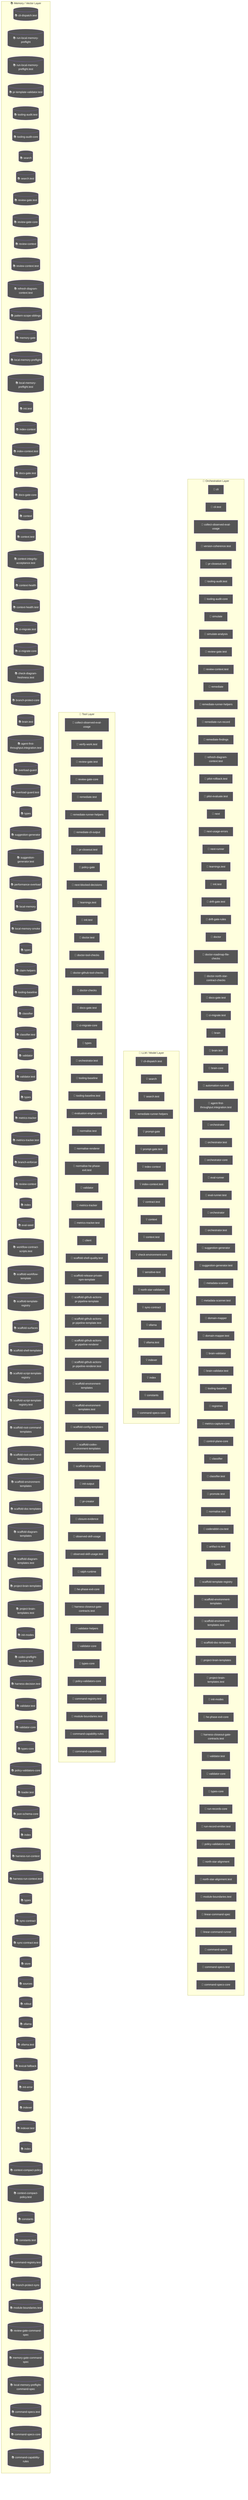
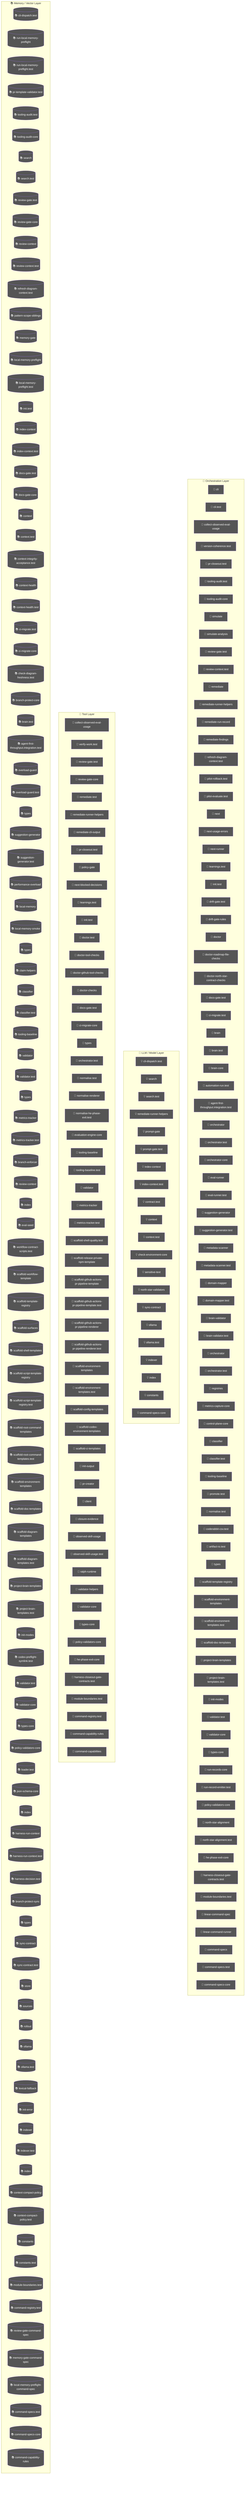
flowchart TD
  subgraph Orchestration["🎯 Orchestration Layer"]
    cli_99bb8840["🤖 cli"]
    cli_test_4851f28b["🤖 cli.test"]
    node_agent_mmd_orchestration_layer_orchestration_coll_37781291["🤖 collect-observed-eval-usage"]
    version_coherence_test_b81c6d8e["🤖 version-coherence.test"]
    pr_closeout_test_12a1ffdd["🤖 pr-closeout.test"]
    node_agent_mmd_orchestration_layer_orchestration_tool_5f9f8adf["🤖 tooling-audit.test"]
    node_agent_mmd_orchestration_layer_orchestration_tool_acfe0c01["🤖 tooling-audit-core"]
    simulate_b9efe395["🤖 simulate"]
    simulate_analysis_164a460c["🤖 simulate-analysis"]
    node_agent_mmd_orchestration_layer_orchestration_revi_ae9f100c["🤖 review-gate.test"]
    node_agent_mmd_orchestration_layer_orchestration_revi_84f25e5b["🤖 review-context.test"]
    remediate_06b9c7fc["🤖 remediate"]
    node_agent_mmd_orchestration_layer_orchestration_reme_359fe98f["🤖 remediate-runner-helpers"]
    remediate_run_record_9dfe5dc1["🤖 remediate-run-record"]
    remediate_findings_8b09c8c6["🤖 remediate-findings"]
    node_agent_mmd_orchestration_layer_orchestration_refr_10a87984["🤖 refresh-diagram-context.test"]
    pilot_rollback_test_e61d5a2b["🤖 pilot-rollback.test"]
    pilot_evaluate_test_a2ac06fc["🤖 pilot-evaluate.test"]
    next_c6c1c9a9["🤖 next"]
    next_usage_errors_837a345a["🤖 next-usage-errors"]
    next_runner_41643472["🤖 next-runner"]
    node_agent_mmd_orchestration_layer_orchestration_lear_5a2a5b08["🤖 learnings.test"]
    node_agent_mmd_orchestration_layer_orchestration_init_daf6ae1b["🤖 init.test"]
    drift_gate_test_816765e3["🤖 drift-gate.test"]
    drift_gate_rules_9685e72d["🤖 drift-gate-rules"]
    doctor_72f4be89["🤖 doctor"]
    doctor_roadmap_file_checks_14447b8e["🤖 doctor-roadmap-file-checks"]
    doctor_north_star_contract_checks_0048124c["🤖 doctor-north-star-contract-checks"]
    node_agent_mmd_orchestration_layer_orchestration_docs_22c7ae60["🤖 docs-gate.test"]
    node_agent_mmd_orchestration_layer_orchestration_ci_m_a6704d8b["🤖 ci-migrate.test"]
    brain_bbbf7a64["🤖 brain"]
    node_agent_mmd_orchestration_layer_orchestration_brai_9c019b6e["🤖 brain.test"]
    brain_core_aa07c380["🤖 brain-core"]
    automation_run_test_7b21d905["🤖 automation-run.test"]
    node_agent_mmd_orchestration_layer_orchestration_agen_eb715f44["🤖 agent-first-throughput.integration.test"]
    orchestrator_11376b7e["🤖 orchestrator"]
    orchestrator_test_18d2fe26["🤖 orchestrator.test"]
    orchestrator_core_d0678b53["🤖 orchestrator-core"]
    eval_runner_0966a6b3["🤖 eval-runner"]
    eval_runner_test_962c8c18["🤖 eval-runner.test"]
-     orchestrator_1_6b7137c5["🤖 orchestrator"]
-     node_agent_mmd_orchestration_layer_orchestration_orch_af4e7416["🤖 orchestrator.test"]
    node_agent_mmd_orchestration_layer_orchestration_sugg_85c5ebe3["🤖 suggestion-generator"]
    node_agent_mmd_orchestration_layer_orchestration_sugg_d0ad9d8e["🤖 suggestion-generator.test"]
    metadata_scanner_6a101b66["🤖 metadata-scanner"]
    metadata_scanner_test_faee743d["🤖 metadata-scanner.test"]
    domain_mapper_cd9333d2["🤖 domain-mapper"]
    domain_mapper_test_dc5a9896["🤖 domain-mapper.test"]
    brain_validator_be251832["🤖 brain-validator"]
    brain_validator_test_5e40cb72["🤖 brain-validator.test"]
-     node_agent_mmd_orchestration_layer_orchestration_tool_cc43149f["🤖 tooling-baseline"]
+     orchestrator_1_6b7137c5["🤖 orchestrator"]
+     node_agent_mmd_orchestration_layer_orchestration_orch_af4e7416["🤖 orchestrator.test"]
    registries_06402afa["🤖 registries"]
    metrics_capture_core_db4bf7cf["🤖 metrics-capture-core"]
    control_plane_core_db3b4cb2["🤖 control-plane-core"]
    node_agent_mmd_orchestration_layer_orchestration_clas_899b821a["🤖 classifier"]
    node_agent_mmd_orchestration_layer_orchestration_clas_402e0b3f["🤖 classifier.test"]
+     node_agent_mmd_orchestration_layer_orchestration_tool_cc43149f["🤖 tooling-baseline"]
    promote_test_5c615269["🤖 promote.test"]
    normalise_test_1_6643dd83["🤖 normalise.test"]
    coderabbit_csv_test_1f36d0a4["🤖 coderabbit-csv.test"]
    artifact_io_test_aac02da3["🤖 artifact-io.test"]
    types_14_fe7507be["🤖 types"]
    node_agent_mmd_orchestration_layer_orchestration_scaf_ff8f92f6["🤖 scaffold-template-registry"]
    node_agent_mmd_orchestration_layer_orchestration_scaf_c9a90c2f["🤖 scaffold-environment-templates"]
    node_agent_mmd_orchestration_layer_orchestration_scaf_78d57a93["🤖 scaffold-environment-templates.test"]
    node_agent_mmd_orchestration_layer_orchestration_scaf_12cc07db["🤖 scaffold-doc-templates"]
    node_agent_mmd_orchestration_layer_orchestration_proj_6ab6f60f["🤖 project-brain-templates"]
    node_agent_mmd_orchestration_layer_orchestration_proj_d78b2f4f["🤖 project-brain-templates.test"]
    node_agent_mmd_orchestration_layer_orchestration_init_2a9c3ecb["🤖 init-modes"]
-     node_agent_mmd_orchestration_layer_orchestration_he_p_fc778c24["🤖 he-phase-exit-core"]
-     node_agent_mmd_orchestration_layer_orchestration_harn_7761fad1["🤖 harness-closeout-gate-contracts.test"]
    node_agent_mmd_orchestration_layer_orchestration_vali_a3b17e45["🤖 validator.test"]
    node_agent_mmd_orchestration_layer_orchestration_vali_d9fe99e6["🤖 validator-core"]
    node_agent_mmd_orchestration_layer_orchestration_type_7cf81261["🤖 types-core"]
    run_records_core_89286dfa["🤖 run-records-core"]
    run_record_emitter_test_5475c0da["🤖 run-record-emitter.test"]
    node_agent_mmd_orchestration_layer_orchestration_poli_3270b55d["🤖 policy-validators-core"]
    north_star_alignment_00440188["🤖 north-star-alignment"]
    north_star_alignment_test_3ae1d69b["🤖 north-star-alignment.test"]
+     node_agent_mmd_orchestration_layer_orchestration_he_p_fc778c24["🤖 he-phase-exit-core"]
+     node_agent_mmd_orchestration_layer_orchestration_harn_7761fad1["🤖 harness-closeout-gate-contracts.test"]
    node_agent_mmd_orchestration_layer_orchestration_modu_72373e29["🤖 module-boundaries.test"]
    linear_command_spec_1e12dd44["🤖 linear-command-spec"]
    linear_command_runner_4a740dfc["🤖 linear-command-runner"]
    command_specs_69167c63["🤖 command-specs"]
    node_agent_mmd_orchestration_layer_orchestration_comm_a137ef0a["🤖 command-specs.test"]
    node_agent_mmd_orchestration_layer_orchestration_comm_1f8cc24c["🤖 command-specs-core"]
  end
  subgraph LLMLayer["🧠 LLM / Model Layer"]
    node_agent_mmd_llm_model_layer_llmlayer_cli_dispatch__7ecbc6e7["💡 cli-dispatch.test"]
    node_agent_mmd_llm_model_layer_llmlayer_search_search_66b9a911["💡 search"]
    node_agent_mmd_llm_model_layer_llmlayer_search_test_s_72d50705["💡 search.test"]
    node_agent_mmd_llm_model_layer_llmlayer_remediate_run_9e3d4585["💡 remediate-runner-helpers"]
    prompt_gate_c5e9d207["💡 prompt-gate"]
    prompt_gate_test_1a442b27["💡 prompt-gate.test"]
    node_agent_mmd_llm_model_layer_llmlayer_index_context_1041bd11["💡 index-context"]
    node_agent_mmd_llm_model_layer_llmlayer_index_context_7e927b45["💡 index-context.test"]
    contract_test_2262847f["💡 contract.test"]
    node_agent_mmd_llm_model_layer_llmlayer_context_conte_ad2dfbd9["💡 context"]
    node_agent_mmd_llm_model_layer_llmlayer_context_test__32277db3["💡 context.test"]
    check_environment_core_2c16213f["💡 check-environment-core"]
    sensitive_text_7c11f760["💡 sensitive-text"]
    north_star_validators_cfc926ce["💡 north-star-validators"]
    node_agent_mmd_llm_model_layer_llmlayer_sync_contract_9f3cc8c1["💡 sync-contract"]
    node_agent_mmd_llm_model_layer_llmlayer_ollama_ollama_968b23fa["💡 ollama"]
    node_agent_mmd_llm_model_layer_llmlayer_ollama_test_o_d62a0b5a["💡 ollama.test"]
    node_agent_mmd_llm_model_layer_llmlayer_indexer_index_4f4deef5["💡 indexer"]
    node_agent_mmd_llm_model_layer_llmlayer_index_index_1_02e160ff["💡 index"]
    node_agent_mmd_llm_model_layer_llmlayer_constants_con_c9bd3f6c["💡 constants"]
    node_agent_mmd_llm_model_layer_llmlayer_command_specs_782af9fa["💡 command-specs-core"]
  end
  subgraph ToolLayer["🔧 Tool Layer"]
    node_agent_mmd_tool_layer_toollayer_collect_observed__f30f627d["🔧 collect-observed-eval-usage"]
    verify_work_test_0e12f6c5["🔧 verify-work.test"]
    node_agent_mmd_tool_layer_toollayer_review_gate_test__548e6c28["🔧 review-gate.test"]
    node_agent_mmd_tool_layer_toollayer_review_gate_core__7704598b["🔧 review-gate-core"]
    remediate_test_6f59cafe["🔧 remediate.test"]
    node_agent_mmd_tool_layer_toollayer_remediate_runner__c003b871["🔧 remediate-runner-helpers"]
    remediate_cli_output_cc165396["🔧 remediate-cli-output"]
    pr_closeout_test_1_be1a0df1["🔧 pr-closeout.test"]
    policy_gate_213f7313["🔧 policy-gate"]
    next_blocked_decisions_4140ad2b["🔧 next-blocked-decisions"]
    node_agent_mmd_tool_layer_toollayer_learnings_test_le_d61f175f["🔧 learnings.test"]
    node_agent_mmd_tool_layer_toollayer_init_test_init_te_ae014ee3["🔧 init.test"]
    doctor_test_e032e8b5["🔧 doctor.test"]
    doctor_tool_checks_4acac51a["🔧 doctor-tool-checks"]
    doctor_github_tool_checks_a53b0382["🔧 doctor-github-tool-checks"]
    doctor_checks_5a2eb2b9["🔧 doctor-checks"]
    node_agent_mmd_tool_layer_toollayer_docs_gate_test_do_ca0c4c21["🔧 docs-gate.test"]
    node_agent_mmd_tool_layer_toollayer_ci_migrate_core_c_049f8460["🔧 ci-migrate-core"]
-     types_1_4ecdf56e["🔧 types"]
+     types_4_822d0f88["🔧 types"]
    node_agent_mmd_tool_layer_toollayer_orchestrator_test_b563c528["🔧 orchestrator.test"]
-     node_agent_mmd_tool_layer_toollayer_tooling_baseline__61e66e9f["🔧 tooling-baseline"]
-     tooling_baseline_test_d272ddb6["🔧 tooling-baseline.test"]
-     evaluation_engine_core_e054fe49["🔧 evaluation-engine-core"]
    normalise_test_73e8a615["🔧 normalise.test"]
    normalise_renderer_85f2e563["🔧 normalise-renderer"]
    normalise_he_phase_exit_test_1788efc4["🔧 normalise-he-phase-exit.test"]
+     evaluation_engine_core_e054fe49["🔧 evaluation-engine-core"]
+     node_agent_mmd_tool_layer_toollayer_tooling_baseline__61e66e9f["🔧 tooling-baseline"]
+     tooling_baseline_test_d272ddb6["🔧 tooling-baseline.test"]
    node_agent_mmd_tool_layer_toollayer_validator_validat_96a84a52["🔧 validator"]
    node_agent_mmd_tool_layer_toollayer_metrics_tracker_m_4c9237d8["🔧 metrics-tracker"]
    node_agent_mmd_tool_layer_toollayer_metrics_tracker_t_8947b778["🔧 metrics-tracker.test"]
-     client_1_914e1681["🔧 client"]
    scaffold_shell_quality_test_79567d03["🔧 scaffold-shell-quality.test"]
    scaffold_release_private_npm_template_075499f8["🔧 scaffold-release-private-npm-template"]
    scaffold_github_actions_pr_pipeline_template_e2b85f62["🔧 scaffold-github-actions-pr-pipeline-template"]
    scaffold_github_actions_pr_pipeline_template_test_be464a7b["🔧 scaffold-github-actions-pr-pipeline-template.test"]
    scaffold_github_actions_pr_pipeline_renderer_1ee18de5["🔧 scaffold-github-actions-pr-pipeline-renderer"]
    scaffold_github_actions_pr_pipeline_renderer_test_2cc38272["🔧 scaffold-github-actions-pr-pipeline-renderer.test"]
    node_agent_mmd_tool_layer_toollayer_scaffold_environm_c1afc013["🔧 scaffold-environment-templates"]
    node_agent_mmd_tool_layer_toollayer_scaffold_environm_1a8f8168["🔧 scaffold-environment-templates.test"]
    scaffold_config_templates_4b80ce53["🔧 scaffold-config-templates"]
    scaffold_codex_environment_templates_334fbbed["🔧 scaffold-codex-environment-templates"]
    scaffold_ci_templates_2afd6392["🔧 scaffold-ci-templates"]
    init_output_360dce91["🔧 init-output"]
    pr_creator_dc6b1ea4["🔧 pr-creator"]
+     client_948fe603["🔧 client"]
    closure_evidence_aaa31467["🔧 closure-evidence"]
    observed_skill_usage_ed7d5930["🔧 observed-skill-usage"]
    observed_skill_usage_test_311c215a["🔧 observed-skill-usage.test"]
    ralph_runtime_73d63c0e["🔧 ralph-runtime"]
-     node_agent_mmd_tool_layer_toollayer_he_phase_exit_cor_af016160["🔧 he-phase-exit-core"]
-     node_agent_mmd_tool_layer_toollayer_harness_closeout__df9d1dab["🔧 harness-closeout-gate-contracts.test"]
    validator_helpers_7b927667["🔧 validator-helpers"]
    node_agent_mmd_tool_layer_toollayer_validator_core_va_6ef6131f["🔧 validator-core"]
    node_agent_mmd_tool_layer_toollayer_types_core_types__6c8319b6["🔧 types-core"]
    node_agent_mmd_tool_layer_toollayer_policy_validators_af136abf["🔧 policy-validators-core"]
+     node_agent_mmd_tool_layer_toollayer_he_phase_exit_cor_af016160["🔧 he-phase-exit-core"]
+     node_agent_mmd_tool_layer_toollayer_harness_closeout__df9d1dab["🔧 harness-closeout-gate-contracts.test"]
+     node_agent_mmd_tool_layer_toollayer_module_boundaries_fecf90b5["🔧 module-boundaries.test"]
    node_agent_mmd_tool_layer_toollayer_command_registry__cce57abe["🔧 command-registry.test"]
-     node_agent_mmd_tool_layer_toollayer_module_boundaries_fecf90b5["🔧 module-boundaries.test"]
    node_agent_mmd_tool_layer_toollayer_command_capabilit_e97a4615["🔧 command-capability-rules"]
    command_capabilities_a4d5c71e["🔧 command-capabilities"]
  end
  subgraph MemoryLayer["📚 Memory / Vector Layer"]
    node_agent_mmd_memory_vector_layer_memorylayer_cli_di_c121353b[("📚 cli-dispatch.test")]
    run_local_memory_preflight_36e92808[("📚 run-local-memory-preflight")]
    run_local_memory_preflight_test_1d7c5aa0[("📚 run-local-memory-preflight.test")]
    pr_template_validator_test_569b1cef[("📚 pr-template-validator.test")]
    node_agent_mmd_memory_vector_layer_memorylayer_toolin_48be0fc9[("📚 tooling-audit.test")]
    node_agent_mmd_memory_vector_layer_memorylayer_toolin_a1185b8f[("📚 tooling-audit-core")]
    node_agent_mmd_memory_vector_layer_memorylayer_search_ac35cb7e[("📚 search")]
    node_agent_mmd_memory_vector_layer_memorylayer_search_ebbe6c53[("📚 search.test")]
    node_agent_mmd_memory_vector_layer_memorylayer_review_e0e0b257[("📚 review-gate.test")]
    node_agent_mmd_memory_vector_layer_memorylayer_review_5bee9816[("📚 review-gate-core")]
    review_context_ca6cf81d[("📚 review-context")]
    node_agent_mmd_memory_vector_layer_memorylayer_review_3255d3cf[("📚 review-context.test")]
    node_agent_mmd_memory_vector_layer_memorylayer_refres_b1a0f415[("📚 refresh-diagram-context.test")]
    pattern_scope_siblings_43abe000[("📚 pattern-scope-siblings")]
    memory_gate_a577a506[("📚 memory-gate")]
    local_memory_preflight_dcc36c42[("📚 local-memory-preflight")]
    local_memory_preflight_test_5e323bbf[("📚 local-memory-preflight.test")]
    node_agent_mmd_memory_vector_layer_memorylayer_init_t_bac0fb9d[("📚 init.test")]
    node_agent_mmd_memory_vector_layer_memorylayer_index__6f3402d0[("📚 index-context")]
    node_agent_mmd_memory_vector_layer_memorylayer_index__46fc46d7[("📚 index-context.test")]
    node_agent_mmd_memory_vector_layer_memorylayer_docs_g_2ab7a620[("📚 docs-gate.test")]
    docs_gate_core_eb9b6c18[("📚 docs-gate-core")]
    node_agent_mmd_memory_vector_layer_memorylayer_contex_78ceaaa9[("📚 context")]
    node_agent_mmd_memory_vector_layer_memorylayer_contex_4e7cab00[("📚 context.test")]
    context_integrity_acceptance_test_59f961b1[("📚 context-integrity-acceptance.test")]
    context_health_80bb7da9[("📚 context-health")]
    context_health_test_3b5b87f3[("📚 context-health.test")]
    node_agent_mmd_memory_vector_layer_memorylayer_ci_mig_df76706f[("📚 ci-migrate.test")]
    node_agent_mmd_memory_vector_layer_memorylayer_ci_mig_0cd5b1a4[("📚 ci-migrate-core")]
    check_diagram_freshness_test_c1dc40aa[("📚 check-diagram-freshness.test")]
    branch_protect_core_a8feb0fd[("📚 branch-protect-core")]
    node_agent_mmd_memory_vector_layer_memorylayer_brain__80b5ea48[("📚 brain.test")]
    node_agent_mmd_memory_vector_layer_memorylayer_agent__6f084ab8[("📚 agent-first-throughput.integration.test")]
    overload_guard_2748c559[("📚 overload-guard")]
    overload_guard_test_6ece9f86[("📚 overload-guard.test")]
-     types_3_9675d69b[("📚 types")]
+     types_2_d9bc6e7a[("📚 types")]
    node_agent_mmd_memory_vector_layer_memorylayer_sugges_267f408d[("📚 suggestion-generator")]
    node_agent_mmd_memory_vector_layer_memorylayer_sugges_b043d150[("📚 suggestion-generator.test")]
    performance_overload_c685bfcf[("📚 performance-overload")]
    local_memory_0db17ecc[("📚 local-memory")]
    local_memory_smoke_1175abfc[("📚 local-memory-smoke")]
-     types_8_f6283648[("📚 types")]
+     types_7_2f1ed65e[("📚 types")]
    claim_helpers_20dc8387[("📚 claim-helpers")]
-     node_agent_mmd_memory_vector_layer_memorylayer_toolin_14f86b00[("📚 tooling-baseline")]
    node_agent_mmd_memory_vector_layer_memorylayer_classi_1ebbf5ff[("📚 classifier")]
    node_agent_mmd_memory_vector_layer_memorylayer_classi_58e617e7[("📚 classifier.test")]
+     node_agent_mmd_memory_vector_layer_memorylayer_toolin_14f86b00[("📚 tooling-baseline")]
    node_agent_mmd_memory_vector_layer_memorylayer_valida_1b167f63[("📚 validator")]
    validator_test_1_c5015ca0[("📚 validator.test")]
    types_12_2b09659a[("📚 types")]
    node_agent_mmd_memory_vector_layer_memorylayer_metric_12562178[("📚 metrics-tracker")]
    node_agent_mmd_memory_vector_layer_memorylayer_metric_74129788[("📚 metrics-tracker.test")]
    branch_enforcer_acb749cd[("📚 branch-enforcer")]
    review_context_1_e3afed15[("📚 review-context")]
    index_2_10143590[("📚 index")]
    eval_seed_5699fd3e[("📚 eval-seed")]
    workflow_contract_scripts_test_681e2e3c[("📚 workflow-contract-scripts.test")]
    scaffold_workflow_template_92310587[("📚 scaffold-workflow-template")]
    node_agent_mmd_memory_vector_layer_memorylayer_scaffo_a86eece1[("📚 scaffold-template-registry")]
    scaffold_surfaces_12d6494e[("📚 scaffold-surfaces")]
    scaffold_shell_templates_0ad0f915[("📚 scaffold-shell-templates")]
    scaffold_script_template_registry_69312d4e[("📚 scaffold-script-template-registry")]
    scaffold_script_template_registry_test_6a8ebefe[("📚 scaffold-script-template-registry.test")]
    scaffold_root_command_templates_404fed7f[("📚 scaffold-root-command-templates")]
    scaffold_root_command_templates_test_14596939[("📚 scaffold-root-command-templates.test")]
    node_agent_mmd_memory_vector_layer_memorylayer_scaffo_12b42341[("📚 scaffold-environment-templates")]
    node_agent_mmd_memory_vector_layer_memorylayer_scaffo_5fd73b94[("📚 scaffold-doc-templates")]
    scaffold_diagram_templates_dd88e83c[("📚 scaffold-diagram-templates")]
    scaffold_diagram_templates_test_f3774c28[("📚 scaffold-diagram-templates.test")]
    node_agent_mmd_memory_vector_layer_memorylayer_projec_3ae304d9[("📚 project-brain-templates")]
    node_agent_mmd_memory_vector_layer_memorylayer_projec_6048335b[("📚 project-brain-templates.test")]
    node_agent_mmd_memory_vector_layer_memorylayer_init_m_333d02c5[("📚 init-modes")]
    codex_preflight_symlink_test_037558db[("📚 codex-preflight-symlink.test")]
-     harness_decision_test_7e5a4fe5[("📚 harness-decision.test")]
    node_agent_mmd_memory_vector_layer_memorylayer_valida_caacfcdf[("📚 validator.test")]
    node_agent_mmd_memory_vector_layer_memorylayer_valida_41034356[("📚 validator-core")]
    node_agent_mmd_memory_vector_layer_memorylayer_types__83f369fa[("📚 types-core")]
    node_agent_mmd_memory_vector_layer_memorylayer_policy_1944de42[("📚 policy-validators-core")]
    loader_test_03424671[("📚 loader.test")]
    json_schema_core_96d7e328[("📚 json-schema-core")]
    index_5_522f772a[("📚 index")]
    harness_run_context_ac7c77a9[("📚 harness-run-context")]
    harness_run_context_test_c6937fed[("📚 harness-run-context.test")]
-     types_19_eb4ad5f0[("📚 types")]
+     harness_decision_test_7e5a4fe5[("📚 harness-decision.test")]
+     branch_protect_sync_570adb18[("📚 branch-protect-sync")]
+     types_20_071a0112[("📚 types")]
    node_agent_mmd_memory_vector_layer_memorylayer_sync_c_e43418bc[("📚 sync-contract")]
    sync_contract_test_5dc3165c[("📚 sync-contract.test")]
    store_824d80d7[("📚 store")]
    sources_1_e133d97d[("📚 sources")]
    rollout_a4fa034c[("📚 rollout")]
    node_agent_mmd_memory_vector_layer_memorylayer_ollama_6d51be16[("📚 ollama")]
    node_agent_mmd_memory_vector_layer_memorylayer_ollama_d800c0c4[("📚 ollama.test")]
    lexical_fallback_723e2b3e[("📚 lexical-fallback")]
    init_error_5c7dd49f[("📚 init-error")]
    node_agent_mmd_memory_vector_layer_memorylayer_indexe_93e6d86f[("📚 indexer")]
    indexer_test_d492f0aa[("📚 indexer.test")]
    node_agent_mmd_memory_vector_layer_memorylayer_index__752bc61e[("📚 index")]
    context_compact_policy_3dcaf95d[("📚 context-compact-policy")]
    context_compact_policy_test_da148267[("📚 context-compact-policy.test")]
    node_agent_mmd_memory_vector_layer_memorylayer_consta_702d3f46[("📚 constants")]
    constants_test_5492ae98[("📚 constants.test")]
+     node_agent_mmd_memory_vector_layer_memorylayer_module_9bfd18b1[("📚 module-boundaries.test")]
    node_agent_mmd_memory_vector_layer_memorylayer_comman_362247bb[("📚 command-registry.test")]
-     branch_protect_sync_570adb18[("📚 branch-protect-sync")]
-     node_agent_mmd_memory_vector_layer_memorylayer_module_9bfd18b1[("📚 module-boundaries.test")]
    review_gate_command_spec_3187376a[("📚 review-gate-command-spec")]
    memory_gate_command_spec_dc9001a9[("📚 memory-gate-command-spec")]
    local_memory_preflight_command_spec_9e23f3ce[("📚 local-memory-preflight-command-spec")]
    node_agent_mmd_memory_vector_layer_memorylayer_comman_d36d1650[("📚 command-specs.test")]
    node_agent_mmd_memory_vector_layer_memorylayer_comman_111eb454[("📚 command-specs-core")]
    node_agent_mmd_memory_vector_layer_memorylayer_comman_c72a5d05[("📚 command-capability-rules")]
  end
  classDef agentNode fill:#555,color:#fff
-   class cli_99bb8840,cli_test_4851f28b,node_agent_mmd_orchestration_layer_orchestration_coll_37781291,node_agent_mmd_tool_layer_toollayer_collect_observed__f30f627d,version_coherence_test_b81c6d8e,pr_closeout_test_12a1ffdd,node_agent_mmd_orchestration_layer_orchestration_tool_5f9f8adf,node_agent_mmd_memory_vector_layer_memorylayer_toolin_48be0fc9,node_agent_mmd_orchestration_layer_orchestration_tool_acfe0c01,node_agent_mmd_memory_vector_layer_memorylayer_toolin_a1185b8f,simulate_b9efe395,simulate_analysis_164a460c,node_agent_mmd_orchestration_layer_orchestration_revi_ae9f100c,node_agent_mmd_tool_layer_toollayer_review_gate_test__548e6c28,node_agent_mmd_memory_vector_layer_memorylayer_review_e0e0b257,node_agent_mmd_orchestration_layer_orchestration_revi_84f25e5b,node_agent_mmd_memory_vector_layer_memorylayer_review_3255d3cf,remediate_06b9c7fc,node_agent_mmd_orchestration_layer_orchestration_reme_359fe98f,node_agent_mmd_llm_model_layer_llmlayer_remediate_run_9e3d4585,node_agent_mmd_tool_layer_toollayer_remediate_runner__c003b871,remediate_run_record_9dfe5dc1,remediate_findings_8b09c8c6,node_agent_mmd_orchestration_layer_orchestration_refr_10a87984,node_agent_mmd_memory_vector_layer_memorylayer_refres_b1a0f415,pilot_rollback_test_e61d5a2b,pilot_evaluate_test_a2ac06fc,next_c6c1c9a9,next_usage_errors_837a345a,next_runner_41643472,node_agent_mmd_orchestration_layer_orchestration_lear_5a2a5b08,node_agent_mmd_tool_layer_toollayer_learnings_test_le_d61f175f,node_agent_mmd_orchestration_layer_orchestration_init_daf6ae1b,node_agent_mmd_tool_layer_toollayer_init_test_init_te_ae014ee3,node_agent_mmd_memory_vector_layer_memorylayer_init_t_bac0fb9d,drift_gate_test_816765e3,drift_gate_rules_9685e72d,doctor_72f4be89,doctor_roadmap_file_checks_14447b8e,doctor_north_star_contract_checks_0048124c,node_agent_mmd_orchestration_layer_orchestration_docs_22c7ae60,node_agent_mmd_tool_layer_toollayer_docs_gate_test_do_ca0c4c21,node_agent_mmd_memory_vector_layer_memorylayer_docs_g_2ab7a620,node_agent_mmd_orchestration_layer_orchestration_ci_m_a6704d8b,node_agent_mmd_memory_vector_layer_memorylayer_ci_mig_df76706f,brain_bbbf7a64,node_agent_mmd_orchestration_layer_orchestration_brai_9c019b6e,node_agent_mmd_memory_vector_layer_memorylayer_brain__80b5ea48,brain_core_aa07c380,automation_run_test_7b21d905,node_agent_mmd_orchestration_layer_orchestration_agen_eb715f44,node_agent_mmd_memory_vector_layer_memorylayer_agent__6f084ab8,orchestrator_11376b7e,orchestrator_test_18d2fe26,orchestrator_core_d0678b53,eval_runner_0966a6b3,eval_runner_test_962c8c18,orchestrator_1_6b7137c5,node_agent_mmd_orchestration_layer_orchestration_orch_af4e7416,node_agent_mmd_tool_layer_toollayer_orchestrator_test_b563c528,node_agent_mmd_orchestration_layer_orchestration_sugg_85c5ebe3,node_agent_mmd_memory_vector_layer_memorylayer_sugges_267f408d,node_agent_mmd_orchestration_layer_orchestration_sugg_d0ad9d8e,node_agent_mmd_memory_vector_layer_memorylayer_sugges_b043d150,metadata_scanner_6a101b66,metadata_scanner_test_faee743d,domain_mapper_cd9333d2,domain_mapper_test_dc5a9896,brain_validator_be251832,brain_validator_test_5e40cb72,node_agent_mmd_orchestration_layer_orchestration_tool_cc43149f,node_agent_mmd_tool_layer_toollayer_tooling_baseline__61e66e9f,node_agent_mmd_memory_vector_layer_memorylayer_toolin_14f86b00,registries_06402afa,metrics_capture_core_db4bf7cf,control_plane_core_db3b4cb2,node_agent_mmd_orchestration_layer_orchestration_clas_899b821a,node_agent_mmd_memory_vector_layer_memorylayer_classi_1ebbf5ff,node_agent_mmd_orchestration_layer_orchestration_clas_402e0b3f,node_agent_mmd_memory_vector_layer_memorylayer_classi_58e617e7,promote_test_5c615269,normalise_test_1_6643dd83,coderabbit_csv_test_1f36d0a4,artifact_io_test_aac02da3,types_14_fe7507be,node_agent_mmd_orchestration_layer_orchestration_scaf_ff8f92f6,node_agent_mmd_memory_vector_layer_memorylayer_scaffo_a86eece1,node_agent_mmd_orchestration_layer_orchestration_scaf_c9a90c2f,node_agent_mmd_tool_layer_toollayer_scaffold_environm_c1afc013,node_agent_mmd_memory_vector_layer_memorylayer_scaffo_12b42341,node_agent_mmd_orchestration_layer_orchestration_scaf_78d57a93,node_agent_mmd_tool_layer_toollayer_scaffold_environm_1a8f8168,node_agent_mmd_orchestration_layer_orchestration_scaf_12cc07db,node_agent_mmd_memory_vector_layer_memorylayer_scaffo_5fd73b94,node_agent_mmd_orchestration_layer_orchestration_proj_6ab6f60f,node_agent_mmd_memory_vector_layer_memorylayer_projec_3ae304d9,node_agent_mmd_orchestration_layer_orchestration_proj_d78b2f4f,node_agent_mmd_memory_vector_layer_memorylayer_projec_6048335b,node_agent_mmd_orchestration_layer_orchestration_init_2a9c3ecb,node_agent_mmd_memory_vector_layer_memorylayer_init_m_333d02c5,node_agent_mmd_orchestration_layer_orchestration_he_p_fc778c24,node_agent_mmd_tool_layer_toollayer_he_phase_exit_cor_af016160,node_agent_mmd_orchestration_layer_orchestration_harn_7761fad1,node_agent_mmd_tool_layer_toollayer_harness_closeout__df9d1dab,node_agent_mmd_orchestration_layer_orchestration_vali_a3b17e45,node_agent_mmd_memory_vector_layer_memorylayer_valida_caacfcdf,node_agent_mmd_orchestration_layer_orchestration_vali_d9fe99e6,node_agent_mmd_tool_layer_toollayer_validator_core_va_6ef6131f,node_agent_mmd_memory_vector_layer_memorylayer_valida_41034356,node_agent_mmd_orchestration_layer_orchestration_type_7cf81261,node_agent_mmd_tool_layer_toollayer_types_core_types__6c8319b6,node_agent_mmd_memory_vector_layer_memorylayer_types__83f369fa,run_records_core_89286dfa,run_record_emitter_test_5475c0da,node_agent_mmd_orchestration_layer_orchestration_poli_3270b55d,node_agent_mmd_tool_layer_toollayer_policy_validators_af136abf,node_agent_mmd_memory_vector_layer_memorylayer_policy_1944de42,north_star_alignment_00440188,north_star_alignment_test_3ae1d69b,node_agent_mmd_orchestration_layer_orchestration_modu_72373e29,node_agent_mmd_tool_layer_toollayer_module_boundaries_fecf90b5,node_agent_mmd_memory_vector_layer_memorylayer_module_9bfd18b1,linear_command_spec_1e12dd44,linear_command_runner_4a740dfc,command_specs_69167c63,node_agent_mmd_orchestration_layer_orchestration_comm_a137ef0a,node_agent_mmd_memory_vector_layer_memorylayer_comman_d36d1650,node_agent_mmd_orchestration_layer_orchestration_comm_1f8cc24c,node_agent_mmd_llm_model_layer_llmlayer_command_specs_782af9fa,node_agent_mmd_memory_vector_layer_memorylayer_comman_111eb454 agentNode
+   class cli_99bb8840,cli_test_4851f28b,node_agent_mmd_orchestration_layer_orchestration_coll_37781291,node_agent_mmd_tool_layer_toollayer_collect_observed__f30f627d,version_coherence_test_b81c6d8e,pr_closeout_test_12a1ffdd,node_agent_mmd_orchestration_layer_orchestration_tool_5f9f8adf,node_agent_mmd_memory_vector_layer_memorylayer_toolin_48be0fc9,node_agent_mmd_orchestration_layer_orchestration_tool_acfe0c01,node_agent_mmd_memory_vector_layer_memorylayer_toolin_a1185b8f,simulate_b9efe395,simulate_analysis_164a460c,node_agent_mmd_orchestration_layer_orchestration_revi_ae9f100c,node_agent_mmd_tool_layer_toollayer_review_gate_test__548e6c28,node_agent_mmd_memory_vector_layer_memorylayer_review_e0e0b257,node_agent_mmd_orchestration_layer_orchestration_revi_84f25e5b,node_agent_mmd_memory_vector_layer_memorylayer_review_3255d3cf,remediate_06b9c7fc,node_agent_mmd_orchestration_layer_orchestration_reme_359fe98f,node_agent_mmd_llm_model_layer_llmlayer_remediate_run_9e3d4585,node_agent_mmd_tool_layer_toollayer_remediate_runner__c003b871,remediate_run_record_9dfe5dc1,remediate_findings_8b09c8c6,node_agent_mmd_orchestration_layer_orchestration_refr_10a87984,node_agent_mmd_memory_vector_layer_memorylayer_refres_b1a0f415,pilot_rollback_test_e61d5a2b,pilot_evaluate_test_a2ac06fc,next_c6c1c9a9,next_usage_errors_837a345a,next_runner_41643472,node_agent_mmd_orchestration_layer_orchestration_lear_5a2a5b08,node_agent_mmd_tool_layer_toollayer_learnings_test_le_d61f175f,node_agent_mmd_orchestration_layer_orchestration_init_daf6ae1b,node_agent_mmd_tool_layer_toollayer_init_test_init_te_ae014ee3,node_agent_mmd_memory_vector_layer_memorylayer_init_t_bac0fb9d,drift_gate_test_816765e3,drift_gate_rules_9685e72d,doctor_72f4be89,doctor_roadmap_file_checks_14447b8e,doctor_north_star_contract_checks_0048124c,node_agent_mmd_orchestration_layer_orchestration_docs_22c7ae60,node_agent_mmd_tool_layer_toollayer_docs_gate_test_do_ca0c4c21,node_agent_mmd_memory_vector_layer_memorylayer_docs_g_2ab7a620,node_agent_mmd_orchestration_layer_orchestration_ci_m_a6704d8b,node_agent_mmd_memory_vector_layer_memorylayer_ci_mig_df76706f,brain_bbbf7a64,node_agent_mmd_orchestration_layer_orchestration_brai_9c019b6e,node_agent_mmd_memory_vector_layer_memorylayer_brain__80b5ea48,brain_core_aa07c380,automation_run_test_7b21d905,node_agent_mmd_orchestration_layer_orchestration_agen_eb715f44,node_agent_mmd_memory_vector_layer_memorylayer_agent__6f084ab8,orchestrator_11376b7e,orchestrator_test_18d2fe26,orchestrator_core_d0678b53,eval_runner_0966a6b3,eval_runner_test_962c8c18,node_agent_mmd_orchestration_layer_orchestration_sugg_85c5ebe3,node_agent_mmd_memory_vector_layer_memorylayer_sugges_267f408d,node_agent_mmd_orchestration_layer_orchestration_sugg_d0ad9d8e,node_agent_mmd_memory_vector_layer_memorylayer_sugges_b043d150,metadata_scanner_6a101b66,metadata_scanner_test_faee743d,domain_mapper_cd9333d2,domain_mapper_test_dc5a9896,brain_validator_be251832,brain_validator_test_5e40cb72,orchestrator_1_6b7137c5,node_agent_mmd_orchestration_layer_orchestration_orch_af4e7416,node_agent_mmd_tool_layer_toollayer_orchestrator_test_b563c528,registries_06402afa,metrics_capture_core_db4bf7cf,control_plane_core_db3b4cb2,node_agent_mmd_orchestration_layer_orchestration_clas_899b821a,node_agent_mmd_memory_vector_layer_memorylayer_classi_1ebbf5ff,node_agent_mmd_orchestration_layer_orchestration_clas_402e0b3f,node_agent_mmd_memory_vector_layer_memorylayer_classi_58e617e7,node_agent_mmd_orchestration_layer_orchestration_tool_cc43149f,node_agent_mmd_tool_layer_toollayer_tooling_baseline__61e66e9f,node_agent_mmd_memory_vector_layer_memorylayer_toolin_14f86b00,promote_test_5c615269,normalise_test_1_6643dd83,coderabbit_csv_test_1f36d0a4,artifact_io_test_aac02da3,types_14_fe7507be,node_agent_mmd_orchestration_layer_orchestration_scaf_ff8f92f6,node_agent_mmd_memory_vector_layer_memorylayer_scaffo_a86eece1,node_agent_mmd_orchestration_layer_orchestration_scaf_c9a90c2f,node_agent_mmd_tool_layer_toollayer_scaffold_environm_c1afc013,node_agent_mmd_memory_vector_layer_memorylayer_scaffo_12b42341,node_agent_mmd_orchestration_layer_orchestration_scaf_78d57a93,node_agent_mmd_tool_layer_toollayer_scaffold_environm_1a8f8168,node_agent_mmd_orchestration_layer_orchestration_scaf_12cc07db,node_agent_mmd_memory_vector_layer_memorylayer_scaffo_5fd73b94,node_agent_mmd_orchestration_layer_orchestration_proj_6ab6f60f,node_agent_mmd_memory_vector_layer_memorylayer_projec_3ae304d9,node_agent_mmd_orchestration_layer_orchestration_proj_d78b2f4f,node_agent_mmd_memory_vector_layer_memorylayer_projec_6048335b,node_agent_mmd_orchestration_layer_orchestration_init_2a9c3ecb,node_agent_mmd_memory_vector_layer_memorylayer_init_m_333d02c5,node_agent_mmd_orchestration_layer_orchestration_vali_a3b17e45,node_agent_mmd_memory_vector_layer_memorylayer_valida_caacfcdf,node_agent_mmd_orchestration_layer_orchestration_vali_d9fe99e6,node_agent_mmd_tool_layer_toollayer_validator_core_va_6ef6131f,node_agent_mmd_memory_vector_layer_memorylayer_valida_41034356,node_agent_mmd_orchestration_layer_orchestration_type_7cf81261,node_agent_mmd_tool_layer_toollayer_types_core_types__6c8319b6,node_agent_mmd_memory_vector_layer_memorylayer_types__83f369fa,run_records_core_89286dfa,run_record_emitter_test_5475c0da,node_agent_mmd_orchestration_layer_orchestration_poli_3270b55d,node_agent_mmd_tool_layer_toollayer_policy_validators_af136abf,node_agent_mmd_memory_vector_layer_memorylayer_policy_1944de42,north_star_alignment_00440188,north_star_alignment_test_3ae1d69b,node_agent_mmd_orchestration_layer_orchestration_he_p_fc778c24,node_agent_mmd_tool_layer_toollayer_he_phase_exit_cor_af016160,node_agent_mmd_orchestration_layer_orchestration_harn_7761fad1,node_agent_mmd_tool_layer_toollayer_harness_closeout__df9d1dab,node_agent_mmd_orchestration_layer_orchestration_modu_72373e29,node_agent_mmd_tool_layer_toollayer_module_boundaries_fecf90b5,node_agent_mmd_memory_vector_layer_memorylayer_module_9bfd18b1,linear_command_spec_1e12dd44,linear_command_runner_4a740dfc,command_specs_69167c63,node_agent_mmd_orchestration_layer_orchestration_comm_a137ef0a,node_agent_mmd_memory_vector_layer_memorylayer_comman_d36d1650,node_agent_mmd_orchestration_layer_orchestration_comm_1f8cc24c,node_agent_mmd_llm_model_layer_llmlayer_command_specs_782af9fa,node_agent_mmd_memory_vector_layer_memorylayer_comman_111eb454 agentNode
  classDef llmNode fill:#555,color:#fff
  class node_agent_mmd_llm_model_layer_llmlayer_cli_dispatch__7ecbc6e7,node_agent_mmd_memory_vector_layer_memorylayer_cli_di_c121353b,node_agent_mmd_llm_model_layer_llmlayer_search_search_66b9a911,node_agent_mmd_memory_vector_layer_memorylayer_search_ac35cb7e,node_agent_mmd_llm_model_layer_llmlayer_search_test_s_72d50705,node_agent_mmd_memory_vector_layer_memorylayer_search_ebbe6c53,node_agent_mmd_orchestration_layer_orchestration_reme_359fe98f,node_agent_mmd_llm_model_layer_llmlayer_remediate_run_9e3d4585,node_agent_mmd_tool_layer_toollayer_remediate_runner__c003b871,prompt_gate_c5e9d207,prompt_gate_test_1a442b27,node_agent_mmd_llm_model_layer_llmlayer_index_context_1041bd11,node_agent_mmd_memory_vector_layer_memorylayer_index__6f3402d0,node_agent_mmd_llm_model_layer_llmlayer_index_context_7e927b45,node_agent_mmd_memory_vector_layer_memorylayer_index__46fc46d7,contract_test_2262847f,node_agent_mmd_llm_model_layer_llmlayer_context_conte_ad2dfbd9,node_agent_mmd_memory_vector_layer_memorylayer_contex_78ceaaa9,node_agent_mmd_llm_model_layer_llmlayer_context_test__32277db3,node_agent_mmd_memory_vector_layer_memorylayer_contex_4e7cab00,check_environment_core_2c16213f,sensitive_text_7c11f760,north_star_validators_cfc926ce,node_agent_mmd_llm_model_layer_llmlayer_sync_contract_9f3cc8c1,node_agent_mmd_memory_vector_layer_memorylayer_sync_c_e43418bc,node_agent_mmd_llm_model_layer_llmlayer_ollama_ollama_968b23fa,node_agent_mmd_memory_vector_layer_memorylayer_ollama_6d51be16,node_agent_mmd_llm_model_layer_llmlayer_ollama_test_o_d62a0b5a,node_agent_mmd_memory_vector_layer_memorylayer_ollama_d800c0c4,node_agent_mmd_llm_model_layer_llmlayer_indexer_index_4f4deef5,node_agent_mmd_memory_vector_layer_memorylayer_indexe_93e6d86f,node_agent_mmd_llm_model_layer_llmlayer_index_index_1_02e160ff,node_agent_mmd_memory_vector_layer_memorylayer_index__752bc61e,node_agent_mmd_llm_model_layer_llmlayer_constants_con_c9bd3f6c,node_agent_mmd_memory_vector_layer_memorylayer_consta_702d3f46,node_agent_mmd_orchestration_layer_orchestration_comm_1f8cc24c,node_agent_mmd_llm_model_layer_llmlayer_command_specs_782af9fa,node_agent_mmd_memory_vector_layer_memorylayer_comman_111eb454 llmNode
  classDef toolNode fill:#555,color:#fff
-   class node_agent_mmd_orchestration_layer_orchestration_coll_37781291,node_agent_mmd_tool_layer_toollayer_collect_observed__f30f627d,verify_work_test_0e12f6c5,node_agent_mmd_orchestration_layer_orchestration_revi_ae9f100c,node_agent_mmd_tool_layer_toollayer_review_gate_test__548e6c28,node_agent_mmd_memory_vector_layer_memorylayer_review_e0e0b257,node_agent_mmd_tool_layer_toollayer_review_gate_core__7704598b,node_agent_mmd_memory_vector_layer_memorylayer_review_5bee9816,remediate_test_6f59cafe,node_agent_mmd_orchestration_layer_orchestration_reme_359fe98f,node_agent_mmd_llm_model_layer_llmlayer_remediate_run_9e3d4585,node_agent_mmd_tool_layer_toollayer_remediate_runner__c003b871,remediate_cli_output_cc165396,pr_closeout_test_1_be1a0df1,policy_gate_213f7313,next_blocked_decisions_4140ad2b,node_agent_mmd_orchestration_layer_orchestration_lear_5a2a5b08,node_agent_mmd_tool_layer_toollayer_learnings_test_le_d61f175f,node_agent_mmd_orchestration_layer_orchestration_init_daf6ae1b,node_agent_mmd_tool_layer_toollayer_init_test_init_te_ae014ee3,node_agent_mmd_memory_vector_layer_memorylayer_init_t_bac0fb9d,doctor_test_e032e8b5,doctor_tool_checks_4acac51a,doctor_github_tool_checks_a53b0382,doctor_checks_5a2eb2b9,node_agent_mmd_orchestration_layer_orchestration_docs_22c7ae60,node_agent_mmd_tool_layer_toollayer_docs_gate_test_do_ca0c4c21,node_agent_mmd_memory_vector_layer_memorylayer_docs_g_2ab7a620,node_agent_mmd_tool_layer_toollayer_ci_migrate_core_c_049f8460,node_agent_mmd_memory_vector_layer_memorylayer_ci_mig_0cd5b1a4,types_1_4ecdf56e,node_agent_mmd_orchestration_layer_orchestration_orch_af4e7416,node_agent_mmd_tool_layer_toollayer_orchestrator_test_b563c528,node_agent_mmd_orchestration_layer_orchestration_tool_cc43149f,node_agent_mmd_tool_layer_toollayer_tooling_baseline__61e66e9f,node_agent_mmd_memory_vector_layer_memorylayer_toolin_14f86b00,tooling_baseline_test_d272ddb6,evaluation_engine_core_e054fe49,normalise_test_73e8a615,normalise_renderer_85f2e563,normalise_he_phase_exit_test_1788efc4,node_agent_mmd_tool_layer_toollayer_validator_validat_96a84a52,node_agent_mmd_memory_vector_layer_memorylayer_valida_1b167f63,node_agent_mmd_tool_layer_toollayer_metrics_tracker_m_4c9237d8,node_agent_mmd_memory_vector_layer_memorylayer_metric_12562178,node_agent_mmd_tool_layer_toollayer_metrics_tracker_t_8947b778,node_agent_mmd_memory_vector_layer_memorylayer_metric_74129788,client_1_914e1681,scaffold_shell_quality_test_79567d03,scaffold_release_private_npm_template_075499f8,scaffold_github_actions_pr_pipeline_template_e2b85f62,scaffold_github_actions_pr_pipeline_template_test_be464a7b,scaffold_github_actions_pr_pipeline_renderer_1ee18de5,scaffold_github_actions_pr_pipeline_renderer_test_2cc38272,node_agent_mmd_orchestration_layer_orchestration_scaf_c9a90c2f,node_agent_mmd_tool_layer_toollayer_scaffold_environm_c1afc013,node_agent_mmd_memory_vector_layer_memorylayer_scaffo_12b42341,node_agent_mmd_orchestration_layer_orchestration_scaf_78d57a93,node_agent_mmd_tool_layer_toollayer_scaffold_environm_1a8f8168,scaffold_config_templates_4b80ce53,scaffold_codex_environment_templates_334fbbed,scaffold_ci_templates_2afd6392,init_output_360dce91,pr_creator_dc6b1ea4,closure_evidence_aaa31467,observed_skill_usage_ed7d5930,observed_skill_usage_test_311c215a,ralph_runtime_73d63c0e,node_agent_mmd_orchestration_layer_orchestration_he_p_fc778c24,node_agent_mmd_tool_layer_toollayer_he_phase_exit_cor_af016160,node_agent_mmd_orchestration_layer_orchestration_harn_7761fad1,node_agent_mmd_tool_layer_toollayer_harness_closeout__df9d1dab,validator_helpers_7b927667,node_agent_mmd_orchestration_layer_orchestration_vali_d9fe99e6,node_agent_mmd_tool_layer_toollayer_validator_core_va_6ef6131f,node_agent_mmd_memory_vector_layer_memorylayer_valida_41034356,node_agent_mmd_orchestration_layer_orchestration_type_7cf81261,node_agent_mmd_tool_layer_toollayer_types_core_types__6c8319b6,node_agent_mmd_memory_vector_layer_memorylayer_types__83f369fa,node_agent_mmd_orchestration_layer_orchestration_poli_3270b55d,node_agent_mmd_tool_layer_toollayer_policy_validators_af136abf,node_agent_mmd_memory_vector_layer_memorylayer_policy_1944de42,node_agent_mmd_tool_layer_toollayer_command_registry__cce57abe,node_agent_mmd_memory_vector_layer_memorylayer_comman_362247bb,node_agent_mmd_orchestration_layer_orchestration_modu_72373e29,node_agent_mmd_tool_layer_toollayer_module_boundaries_fecf90b5,node_agent_mmd_memory_vector_layer_memorylayer_module_9bfd18b1,node_agent_mmd_tool_layer_toollayer_command_capabilit_e97a4615,node_agent_mmd_memory_vector_layer_memorylayer_comman_c72a5d05,command_capabilities_a4d5c71e toolNode
+   class node_agent_mmd_orchestration_layer_orchestration_coll_37781291,node_agent_mmd_tool_layer_toollayer_collect_observed__f30f627d,verify_work_test_0e12f6c5,node_agent_mmd_orchestration_layer_orchestration_revi_ae9f100c,node_agent_mmd_tool_layer_toollayer_review_gate_test__548e6c28,node_agent_mmd_memory_vector_layer_memorylayer_review_e0e0b257,node_agent_mmd_tool_layer_toollayer_review_gate_core__7704598b,node_agent_mmd_memory_vector_layer_memorylayer_review_5bee9816,remediate_test_6f59cafe,node_agent_mmd_orchestration_layer_orchestration_reme_359fe98f,node_agent_mmd_llm_model_layer_llmlayer_remediate_run_9e3d4585,node_agent_mmd_tool_layer_toollayer_remediate_runner__c003b871,remediate_cli_output_cc165396,pr_closeout_test_1_be1a0df1,policy_gate_213f7313,next_blocked_decisions_4140ad2b,node_agent_mmd_orchestration_layer_orchestration_lear_5a2a5b08,node_agent_mmd_tool_layer_toollayer_learnings_test_le_d61f175f,node_agent_mmd_orchestration_layer_orchestration_init_daf6ae1b,node_agent_mmd_tool_layer_toollayer_init_test_init_te_ae014ee3,node_agent_mmd_memory_vector_layer_memorylayer_init_t_bac0fb9d,doctor_test_e032e8b5,doctor_tool_checks_4acac51a,doctor_github_tool_checks_a53b0382,doctor_checks_5a2eb2b9,node_agent_mmd_orchestration_layer_orchestration_docs_22c7ae60,node_agent_mmd_tool_layer_toollayer_docs_gate_test_do_ca0c4c21,node_agent_mmd_memory_vector_layer_memorylayer_docs_g_2ab7a620,node_agent_mmd_tool_layer_toollayer_ci_migrate_core_c_049f8460,node_agent_mmd_memory_vector_layer_memorylayer_ci_mig_0cd5b1a4,types_4_822d0f88,node_agent_mmd_orchestration_layer_orchestration_orch_af4e7416,node_agent_mmd_tool_layer_toollayer_orchestrator_test_b563c528,normalise_test_73e8a615,normalise_renderer_85f2e563,normalise_he_phase_exit_test_1788efc4,evaluation_engine_core_e054fe49,node_agent_mmd_orchestration_layer_orchestration_tool_cc43149f,node_agent_mmd_tool_layer_toollayer_tooling_baseline__61e66e9f,node_agent_mmd_memory_vector_layer_memorylayer_toolin_14f86b00,tooling_baseline_test_d272ddb6,node_agent_mmd_tool_layer_toollayer_validator_validat_96a84a52,node_agent_mmd_memory_vector_layer_memorylayer_valida_1b167f63,node_agent_mmd_tool_layer_toollayer_metrics_tracker_m_4c9237d8,node_agent_mmd_memory_vector_layer_memorylayer_metric_12562178,node_agent_mmd_tool_layer_toollayer_metrics_tracker_t_8947b778,node_agent_mmd_memory_vector_layer_memorylayer_metric_74129788,scaffold_shell_quality_test_79567d03,scaffold_release_private_npm_template_075499f8,scaffold_github_actions_pr_pipeline_template_e2b85f62,scaffold_github_actions_pr_pipeline_template_test_be464a7b,scaffold_github_actions_pr_pipeline_renderer_1ee18de5,scaffold_github_actions_pr_pipeline_renderer_test_2cc38272,node_agent_mmd_orchestration_layer_orchestration_scaf_c9a90c2f,node_agent_mmd_tool_layer_toollayer_scaffold_environm_c1afc013,node_agent_mmd_memory_vector_layer_memorylayer_scaffo_12b42341,node_agent_mmd_orchestration_layer_orchestration_scaf_78d57a93,node_agent_mmd_tool_layer_toollayer_scaffold_environm_1a8f8168,scaffold_config_templates_4b80ce53,scaffold_codex_environment_templates_334fbbed,scaffold_ci_templates_2afd6392,init_output_360dce91,pr_creator_dc6b1ea4,client_948fe603,closure_evidence_aaa31467,observed_skill_usage_ed7d5930,observed_skill_usage_test_311c215a,ralph_runtime_73d63c0e,validator_helpers_7b927667,node_agent_mmd_orchestration_layer_orchestration_vali_d9fe99e6,node_agent_mmd_tool_layer_toollayer_validator_core_va_6ef6131f,node_agent_mmd_memory_vector_layer_memorylayer_valida_41034356,node_agent_mmd_orchestration_layer_orchestration_type_7cf81261,node_agent_mmd_tool_layer_toollayer_types_core_types__6c8319b6,node_agent_mmd_memory_vector_layer_memorylayer_types__83f369fa,node_agent_mmd_orchestration_layer_orchestration_poli_3270b55d,node_agent_mmd_tool_layer_toollayer_policy_validators_af136abf,node_agent_mmd_memory_vector_layer_memorylayer_policy_1944de42,node_agent_mmd_orchestration_layer_orchestration_he_p_fc778c24,node_agent_mmd_tool_layer_toollayer_he_phase_exit_cor_af016160,node_agent_mmd_orchestration_layer_orchestration_harn_7761fad1,node_agent_mmd_tool_layer_toollayer_harness_closeout__df9d1dab,node_agent_mmd_orchestration_layer_orchestration_modu_72373e29,node_agent_mmd_tool_layer_toollayer_module_boundaries_fecf90b5,node_agent_mmd_memory_vector_layer_memorylayer_module_9bfd18b1,node_agent_mmd_tool_layer_toollayer_command_registry__cce57abe,node_agent_mmd_memory_vector_layer_memorylayer_comman_362247bb,node_agent_mmd_tool_layer_toollayer_command_capabilit_e97a4615,node_agent_mmd_memory_vector_layer_memorylayer_comman_c72a5d05,command_capabilities_a4d5c71e toolNode
  classDef memNode fill:#555,color:#fff
-   class node_agent_mmd_llm_model_layer_llmlayer_cli_dispatch__7ecbc6e7,node_agent_mmd_memory_vector_layer_memorylayer_cli_di_c121353b,run_local_memory_preflight_36e92808,run_local_memory_preflight_test_1d7c5aa0,pr_template_validator_test_569b1cef,node_agent_mmd_orchestration_layer_orchestration_tool_5f9f8adf,node_agent_mmd_memory_vector_layer_memorylayer_toolin_48be0fc9,node_agent_mmd_orchestration_layer_orchestration_tool_acfe0c01,node_agent_mmd_memory_vector_layer_memorylayer_toolin_a1185b8f,node_agent_mmd_llm_model_layer_llmlayer_search_search_66b9a911,node_agent_mmd_memory_vector_layer_memorylayer_search_ac35cb7e,node_agent_mmd_llm_model_layer_llmlayer_search_test_s_72d50705,node_agent_mmd_memory_vector_layer_memorylayer_search_ebbe6c53,node_agent_mmd_orchestration_layer_orchestration_revi_ae9f100c,node_agent_mmd_tool_layer_toollayer_review_gate_test__548e6c28,node_agent_mmd_memory_vector_layer_memorylayer_review_e0e0b257,node_agent_mmd_tool_layer_toollayer_review_gate_core__7704598b,node_agent_mmd_memory_vector_layer_memorylayer_review_5bee9816,review_context_ca6cf81d,node_agent_mmd_orchestration_layer_orchestration_revi_84f25e5b,node_agent_mmd_memory_vector_layer_memorylayer_review_3255d3cf,node_agent_mmd_orchestration_layer_orchestration_refr_10a87984,node_agent_mmd_memory_vector_layer_memorylayer_refres_b1a0f415,pattern_scope_siblings_43abe000,memory_gate_a577a506,local_memory_preflight_dcc36c42,local_memory_preflight_test_5e323bbf,node_agent_mmd_orchestration_layer_orchestration_init_daf6ae1b,node_agent_mmd_tool_layer_toollayer_init_test_init_te_ae014ee3,node_agent_mmd_memory_vector_layer_memorylayer_init_t_bac0fb9d,node_agent_mmd_llm_model_layer_llmlayer_index_context_1041bd11,node_agent_mmd_memory_vector_layer_memorylayer_index__6f3402d0,node_agent_mmd_llm_model_layer_llmlayer_index_context_7e927b45,node_agent_mmd_memory_vector_layer_memorylayer_index__46fc46d7,node_agent_mmd_orchestration_layer_orchestration_docs_22c7ae60,node_agent_mmd_tool_layer_toollayer_docs_gate_test_do_ca0c4c21,node_agent_mmd_memory_vector_layer_memorylayer_docs_g_2ab7a620,docs_gate_core_eb9b6c18,node_agent_mmd_llm_model_layer_llmlayer_context_conte_ad2dfbd9,node_agent_mmd_memory_vector_layer_memorylayer_contex_78ceaaa9,node_agent_mmd_llm_model_layer_llmlayer_context_test__32277db3,node_agent_mmd_memory_vector_layer_memorylayer_contex_4e7cab00,context_integrity_acceptance_test_59f961b1,context_health_80bb7da9,context_health_test_3b5b87f3,node_agent_mmd_orchestration_layer_orchestration_ci_m_a6704d8b,node_agent_mmd_memory_vector_layer_memorylayer_ci_mig_df76706f,node_agent_mmd_tool_layer_toollayer_ci_migrate_core_c_049f8460,node_agent_mmd_memory_vector_layer_memorylayer_ci_mig_0cd5b1a4,check_diagram_freshness_test_c1dc40aa,branch_protect_core_a8feb0fd,node_agent_mmd_orchestration_layer_orchestration_brai_9c019b6e,node_agent_mmd_memory_vector_layer_memorylayer_brain__80b5ea48,node_agent_mmd_orchestration_layer_orchestration_agen_eb715f44,node_agent_mmd_memory_vector_layer_memorylayer_agent__6f084ab8,overload_guard_2748c559,overload_guard_test_6ece9f86,types_3_9675d69b,node_agent_mmd_orchestration_layer_orchestration_sugg_85c5ebe3,node_agent_mmd_memory_vector_layer_memorylayer_sugges_267f408d,node_agent_mmd_orchestration_layer_orchestration_sugg_d0ad9d8e,node_agent_mmd_memory_vector_layer_memorylayer_sugges_b043d150,performance_overload_c685bfcf,local_memory_0db17ecc,local_memory_smoke_1175abfc,types_8_f6283648,claim_helpers_20dc8387,node_agent_mmd_orchestration_layer_orchestration_tool_cc43149f,node_agent_mmd_tool_layer_toollayer_tooling_baseline__61e66e9f,node_agent_mmd_memory_vector_layer_memorylayer_toolin_14f86b00,node_agent_mmd_orchestration_layer_orchestration_clas_899b821a,node_agent_mmd_memory_vector_layer_memorylayer_classi_1ebbf5ff,node_agent_mmd_orchestration_layer_orchestration_clas_402e0b3f,node_agent_mmd_memory_vector_layer_memorylayer_classi_58e617e7,node_agent_mmd_tool_layer_toollayer_validator_validat_96a84a52,node_agent_mmd_memory_vector_layer_memorylayer_valida_1b167f63,validator_test_1_c5015ca0,types_12_2b09659a,node_agent_mmd_tool_layer_toollayer_metrics_tracker_m_4c9237d8,node_agent_mmd_memory_vector_layer_memorylayer_metric_12562178,node_agent_mmd_tool_layer_toollayer_metrics_tracker_t_8947b778,node_agent_mmd_memory_vector_layer_memorylayer_metric_74129788,branch_enforcer_acb749cd,review_context_1_e3afed15,index_2_10143590,eval_seed_5699fd3e,workflow_contract_scripts_test_681e2e3c,scaffold_workflow_template_92310587,node_agent_mmd_orchestration_layer_orchestration_scaf_ff8f92f6,node_agent_mmd_memory_vector_layer_memorylayer_scaffo_a86eece1,scaffold_surfaces_12d6494e,scaffold_shell_templates_0ad0f915,scaffold_script_template_registry_69312d4e,scaffold_script_template_registry_test_6a8ebefe,scaffold_root_command_templates_404fed7f,scaffold_root_command_templates_test_14596939,node_agent_mmd_orchestration_layer_orchestration_scaf_c9a90c2f,node_agent_mmd_tool_layer_toollayer_scaffold_environm_c1afc013,node_agent_mmd_memory_vector_layer_memorylayer_scaffo_12b42341,node_agent_mmd_orchestration_layer_orchestration_scaf_12cc07db,node_agent_mmd_memory_vector_layer_memorylayer_scaffo_5fd73b94,scaffold_diagram_templates_dd88e83c,scaffold_diagram_templates_test_f3774c28,node_agent_mmd_orchestration_layer_orchestration_proj_6ab6f60f,node_agent_mmd_memory_vector_layer_memorylayer_projec_3ae304d9,node_agent_mmd_orchestration_layer_orchestration_proj_d78b2f4f,node_agent_mmd_memory_vector_layer_memorylayer_projec_6048335b,node_agent_mmd_orchestration_layer_orchestration_init_2a9c3ecb,node_agent_mmd_memory_vector_layer_memorylayer_init_m_333d02c5,codex_preflight_symlink_test_037558db,harness_decision_test_7e5a4fe5,node_agent_mmd_orchestration_layer_orchestration_vali_a3b17e45,node_agent_mmd_memory_vector_layer_memorylayer_valida_caacfcdf,node_agent_mmd_orchestration_layer_orchestration_vali_d9fe99e6,node_agent_mmd_tool_layer_toollayer_validator_core_va_6ef6131f,node_agent_mmd_memory_vector_layer_memorylayer_valida_41034356,node_agent_mmd_orchestration_layer_orchestration_type_7cf81261,node_agent_mmd_tool_layer_toollayer_types_core_types__6c8319b6,node_agent_mmd_memory_vector_layer_memorylayer_types__83f369fa,node_agent_mmd_orchestration_layer_orchestration_poli_3270b55d,node_agent_mmd_tool_layer_toollayer_policy_validators_af136abf,node_agent_mmd_memory_vector_layer_memorylayer_policy_1944de42,loader_test_03424671,json_schema_core_96d7e328,index_5_522f772a,harness_run_context_ac7c77a9,harness_run_context_test_c6937fed,types_19_eb4ad5f0,node_agent_mmd_llm_model_layer_llmlayer_sync_contract_9f3cc8c1,node_agent_mmd_memory_vector_layer_memorylayer_sync_c_e43418bc,sync_contract_test_5dc3165c,store_824d80d7,sources_1_e133d97d,rollout_a4fa034c,node_agent_mmd_llm_model_layer_llmlayer_ollama_ollama_968b23fa,node_agent_mmd_memory_vector_layer_memorylayer_ollama_6d51be16,node_agent_mmd_llm_model_layer_llmlayer_ollama_test_o_d62a0b5a,node_agent_mmd_memory_vector_layer_memorylayer_ollama_d800c0c4,lexical_fallback_723e2b3e,init_error_5c7dd49f,node_agent_mmd_llm_model_layer_llmlayer_indexer_index_4f4deef5,node_agent_mmd_memory_vector_layer_memorylayer_indexe_93e6d86f,indexer_test_d492f0aa,node_agent_mmd_llm_model_layer_llmlayer_index_index_1_02e160ff,node_agent_mmd_memory_vector_layer_memorylayer_index__752bc61e,context_compact_policy_3dcaf95d,context_compact_policy_test_da148267,node_agent_mmd_llm_model_layer_llmlayer_constants_con_c9bd3f6c,node_agent_mmd_memory_vector_layer_memorylayer_consta_702d3f46,constants_test_5492ae98,node_agent_mmd_tool_layer_toollayer_command_registry__cce57abe,node_agent_mmd_memory_vector_layer_memorylayer_comman_362247bb,branch_protect_sync_570adb18,node_agent_mmd_orchestration_layer_orchestration_modu_72373e29,node_agent_mmd_tool_layer_toollayer_module_boundaries_fecf90b5,node_agent_mmd_memory_vector_layer_memorylayer_module_9bfd18b1,review_gate_command_spec_3187376a,memory_gate_command_spec_dc9001a9,local_memory_preflight_command_spec_9e23f3ce,node_agent_mmd_orchestration_layer_orchestration_comm_a137ef0a,node_agent_mmd_memory_vector_layer_memorylayer_comman_d36d1650,node_agent_mmd_orchestration_layer_orchestration_comm_1f8cc24c,node_agent_mmd_llm_model_layer_llmlayer_command_specs_782af9fa,node_agent_mmd_memory_vector_layer_memorylayer_comman_111eb454,node_agent_mmd_tool_layer_toollayer_command_capabilit_e97a4615,node_agent_mmd_memory_vector_layer_memorylayer_comman_c72a5d05 memNode
+   class node_agent_mmd_llm_model_layer_llmlayer_cli_dispatch__7ecbc6e7,node_agent_mmd_memory_vector_layer_memorylayer_cli_di_c121353b,run_local_memory_preflight_36e92808,run_local_memory_preflight_test_1d7c5aa0,pr_template_validator_test_569b1cef,node_agent_mmd_orchestration_layer_orchestration_tool_5f9f8adf,node_agent_mmd_memory_vector_layer_memorylayer_toolin_48be0fc9,node_agent_mmd_orchestration_layer_orchestration_tool_acfe0c01,node_agent_mmd_memory_vector_layer_memorylayer_toolin_a1185b8f,node_agent_mmd_llm_model_layer_llmlayer_search_search_66b9a911,node_agent_mmd_memory_vector_layer_memorylayer_search_ac35cb7e,node_agent_mmd_llm_model_layer_llmlayer_search_test_s_72d50705,node_agent_mmd_memory_vector_layer_memorylayer_search_ebbe6c53,node_agent_mmd_orchestration_layer_orchestration_revi_ae9f100c,node_agent_mmd_tool_layer_toollayer_review_gate_test__548e6c28,node_agent_mmd_memory_vector_layer_memorylayer_review_e0e0b257,node_agent_mmd_tool_layer_toollayer_review_gate_core__7704598b,node_agent_mmd_memory_vector_layer_memorylayer_review_5bee9816,review_context_ca6cf81d,node_agent_mmd_orchestration_layer_orchestration_revi_84f25e5b,node_agent_mmd_memory_vector_layer_memorylayer_review_3255d3cf,node_agent_mmd_orchestration_layer_orchestration_refr_10a87984,node_agent_mmd_memory_vector_layer_memorylayer_refres_b1a0f415,pattern_scope_siblings_43abe000,memory_gate_a577a506,local_memory_preflight_dcc36c42,local_memory_preflight_test_5e323bbf,node_agent_mmd_orchestration_layer_orchestration_init_daf6ae1b,node_agent_mmd_tool_layer_toollayer_init_test_init_te_ae014ee3,node_agent_mmd_memory_vector_layer_memorylayer_init_t_bac0fb9d,node_agent_mmd_llm_model_layer_llmlayer_index_context_1041bd11,node_agent_mmd_memory_vector_layer_memorylayer_index__6f3402d0,node_agent_mmd_llm_model_layer_llmlayer_index_context_7e927b45,node_agent_mmd_memory_vector_layer_memorylayer_index__46fc46d7,node_agent_mmd_orchestration_layer_orchestration_docs_22c7ae60,node_agent_mmd_tool_layer_toollayer_docs_gate_test_do_ca0c4c21,node_agent_mmd_memory_vector_layer_memorylayer_docs_g_2ab7a620,docs_gate_core_eb9b6c18,node_agent_mmd_llm_model_layer_llmlayer_context_conte_ad2dfbd9,node_agent_mmd_memory_vector_layer_memorylayer_contex_78ceaaa9,node_agent_mmd_llm_model_layer_llmlayer_context_test__32277db3,node_agent_mmd_memory_vector_layer_memorylayer_contex_4e7cab00,context_integrity_acceptance_test_59f961b1,context_health_80bb7da9,context_health_test_3b5b87f3,node_agent_mmd_orchestration_layer_orchestration_ci_m_a6704d8b,node_agent_mmd_memory_vector_layer_memorylayer_ci_mig_df76706f,node_agent_mmd_tool_layer_toollayer_ci_migrate_core_c_049f8460,node_agent_mmd_memory_vector_layer_memorylayer_ci_mig_0cd5b1a4,check_diagram_freshness_test_c1dc40aa,branch_protect_core_a8feb0fd,node_agent_mmd_orchestration_layer_orchestration_brai_9c019b6e,node_agent_mmd_memory_vector_layer_memorylayer_brain__80b5ea48,node_agent_mmd_orchestration_layer_orchestration_agen_eb715f44,node_agent_mmd_memory_vector_layer_memorylayer_agent__6f084ab8,overload_guard_2748c559,overload_guard_test_6ece9f86,types_2_d9bc6e7a,node_agent_mmd_orchestration_layer_orchestration_sugg_85c5ebe3,node_agent_mmd_memory_vector_layer_memorylayer_sugges_267f408d,node_agent_mmd_orchestration_layer_orchestration_sugg_d0ad9d8e,node_agent_mmd_memory_vector_layer_memorylayer_sugges_b043d150,performance_overload_c685bfcf,local_memory_0db17ecc,local_memory_smoke_1175abfc,types_7_2f1ed65e,claim_helpers_20dc8387,node_agent_mmd_orchestration_layer_orchestration_clas_899b821a,node_agent_mmd_memory_vector_layer_memorylayer_classi_1ebbf5ff,node_agent_mmd_orchestration_layer_orchestration_clas_402e0b3f,node_agent_mmd_memory_vector_layer_memorylayer_classi_58e617e7,node_agent_mmd_orchestration_layer_orchestration_tool_cc43149f,node_agent_mmd_tool_layer_toollayer_tooling_baseline__61e66e9f,node_agent_mmd_memory_vector_layer_memorylayer_toolin_14f86b00,node_agent_mmd_tool_layer_toollayer_validator_validat_96a84a52,node_agent_mmd_memory_vector_layer_memorylayer_valida_1b167f63,validator_test_1_c5015ca0,types_12_2b09659a,node_agent_mmd_tool_layer_toollayer_metrics_tracker_m_4c9237d8,node_agent_mmd_memory_vector_layer_memorylayer_metric_12562178,node_agent_mmd_tool_layer_toollayer_metrics_tracker_t_8947b778,node_agent_mmd_memory_vector_layer_memorylayer_metric_74129788,branch_enforcer_acb749cd,review_context_1_e3afed15,index_2_10143590,eval_seed_5699fd3e,workflow_contract_scripts_test_681e2e3c,scaffold_workflow_template_92310587,node_agent_mmd_orchestration_layer_orchestration_scaf_ff8f92f6,node_agent_mmd_memory_vector_layer_memorylayer_scaffo_a86eece1,scaffold_surfaces_12d6494e,scaffold_shell_templates_0ad0f915,scaffold_script_template_registry_69312d4e,scaffold_script_template_registry_test_6a8ebefe,scaffold_root_command_templates_404fed7f,scaffold_root_command_templates_test_14596939,node_agent_mmd_orchestration_layer_orchestration_scaf_c9a90c2f,node_agent_mmd_tool_layer_toollayer_scaffold_environm_c1afc013,node_agent_mmd_memory_vector_layer_memorylayer_scaffo_12b42341,node_agent_mmd_orchestration_layer_orchestration_scaf_12cc07db,node_agent_mmd_memory_vector_layer_memorylayer_scaffo_5fd73b94,scaffold_diagram_templates_dd88e83c,scaffold_diagram_templates_test_f3774c28,node_agent_mmd_orchestration_layer_orchestration_proj_6ab6f60f,node_agent_mmd_memory_vector_layer_memorylayer_projec_3ae304d9,node_agent_mmd_orchestration_layer_orchestration_proj_d78b2f4f,node_agent_mmd_memory_vector_layer_memorylayer_projec_6048335b,node_agent_mmd_orchestration_layer_orchestration_init_2a9c3ecb,node_agent_mmd_memory_vector_layer_memorylayer_init_m_333d02c5,codex_preflight_symlink_test_037558db,node_agent_mmd_orchestration_layer_orchestration_vali_a3b17e45,node_agent_mmd_memory_vector_layer_memorylayer_valida_caacfcdf,node_agent_mmd_orchestration_layer_orchestration_vali_d9fe99e6,node_agent_mmd_tool_layer_toollayer_validator_core_va_6ef6131f,node_agent_mmd_memory_vector_layer_memorylayer_valida_41034356,node_agent_mmd_orchestration_layer_orchestration_type_7cf81261,node_agent_mmd_tool_layer_toollayer_types_core_types__6c8319b6,node_agent_mmd_memory_vector_layer_memorylayer_types__83f369fa,node_agent_mmd_orchestration_layer_orchestration_poli_3270b55d,node_agent_mmd_tool_layer_toollayer_policy_validators_af136abf,node_agent_mmd_memory_vector_layer_memorylayer_policy_1944de42,loader_test_03424671,json_schema_core_96d7e328,index_5_522f772a,harness_run_context_ac7c77a9,harness_run_context_test_c6937fed,harness_decision_test_7e5a4fe5,branch_protect_sync_570adb18,types_20_071a0112,node_agent_mmd_llm_model_layer_llmlayer_sync_contract_9f3cc8c1,node_agent_mmd_memory_vector_layer_memorylayer_sync_c_e43418bc,sync_contract_test_5dc3165c,store_824d80d7,sources_1_e133d97d,rollout_a4fa034c,node_agent_mmd_llm_model_layer_llmlayer_ollama_ollama_968b23fa,node_agent_mmd_memory_vector_layer_memorylayer_ollama_6d51be16,node_agent_mmd_llm_model_layer_llmlayer_ollama_test_o_d62a0b5a,node_agent_mmd_memory_vector_layer_memorylayer_ollama_d800c0c4,lexical_fallback_723e2b3e,init_error_5c7dd49f,node_agent_mmd_llm_model_layer_llmlayer_indexer_index_4f4deef5,node_agent_mmd_memory_vector_layer_memorylayer_indexe_93e6d86f,indexer_test_d492f0aa,node_agent_mmd_llm_model_layer_llmlayer_index_index_1_02e160ff,node_agent_mmd_memory_vector_layer_memorylayer_index__752bc61e,context_compact_policy_3dcaf95d,context_compact_policy_test_da148267,node_agent_mmd_llm_model_layer_llmlayer_constants_con_c9bd3f6c,node_agent_mmd_memory_vector_layer_memorylayer_consta_702d3f46,constants_test_5492ae98,node_agent_mmd_orchestration_layer_orchestration_modu_72373e29,node_agent_mmd_tool_layer_toollayer_module_boundaries_fecf90b5,node_agent_mmd_memory_vector_layer_memorylayer_module_9bfd18b1,node_agent_mmd_tool_layer_toollayer_command_registry__cce57abe,node_agent_mmd_memory_vector_layer_memorylayer_comman_362247bb,review_gate_command_spec_3187376a,memory_gate_command_spec_dc9001a9,local_memory_preflight_command_spec_9e23f3ce,node_agent_mmd_orchestration_layer_orchestration_comm_a137ef0a,node_agent_mmd_memory_vector_layer_memorylayer_comman_d36d1650,node_agent_mmd_orchestration_layer_orchestration_comm_1f8cc24c,node_agent_mmd_llm_model_layer_llmlayer_command_specs_782af9fa,node_agent_mmd_memory_vector_layer_memorylayer_comman_111eb454,node_agent_mmd_tool_layer_toollayer_command_capabilit_e97a4615,node_agent_mmd_memory_vector_layer_memorylayer_comman_c72a5d05 memNode
